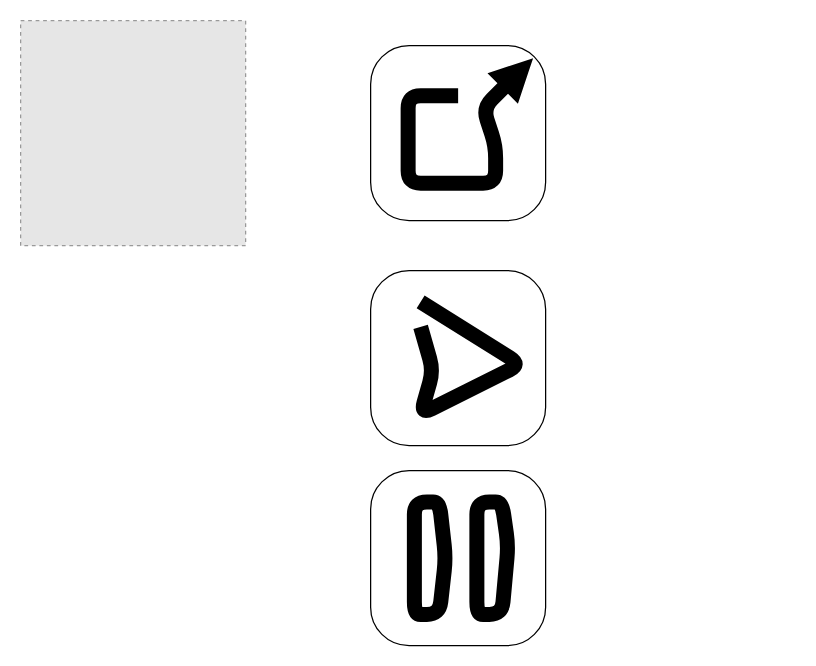
Before: assets/icons.drawio in foxsi/GSE-FOXSI-4, a draw.io diagram. Source tidied: cells renumbered, new cells numbered last; positions are measured from the earlier drawing's top-left corner, leaving out a move shared by most shapes. Both pictures are drawn from the tidied source at 125%, with x=0, y=0 at pixel (20, 20). Pictures stored in the file or linked from it are replaced by grey dashed boxes.
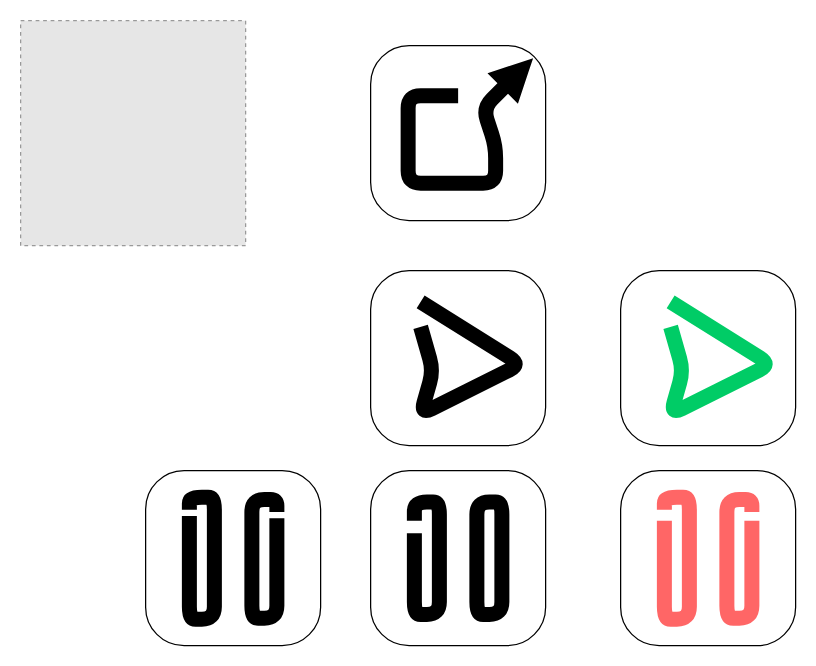
Above is the later version.

Change to the diagram source:
```diff
@@
-    <mxCell id="8" style="endArrow=none;html=1;strokeColor=#000000;strokeWidth=12;fontSize=12;startSize=3;endSize=6;rounded=1;" parent="1" edge="1">
+    <mxCell id="8" style="endArrow=none;html=1;strokeColor=#000000;strokeWidth=12;fontSize=12;startSize=3;endSize=6;rounded=1;sourcePerimeterSpacing=0;jumpSize=5;" parent="1" edge="1">
       <mxGeometry relative="1" as="geometry">
-        <mxPoint x="315" y="445" as="sourcePoint" />
-        <mxPoint x="315" y="445" as="targetPoint" />
+        <mxPoint x="315" y="400" as="sourcePoint" />
+        <mxPoint x="315" y="410" as="targetPoint" />
         <Array as="points">
-          <mxPoint x="315" y="435" />
           <mxPoint x="315" y="385" />
           <mxPoint x="335" y="385" />
-          <mxPoint x="340" y="430" />
           <mxPoint x="335" y="475" />
           <mxPoint x="315" y="475" />
         </Array>
       </mxGeometry>
     </mxCell>
     <mxCell id="9" style="endArrow=none;html=1;strokeColor=#000000;strokeWidth=12;fontSize=12;startSize=3;endSize=6;rounded=1;" parent="1" edge="1">
       <mxGeometry relative="1" as="geometry">
-        <mxPoint x="365" y="445" as="sourcePoint" />
-        <mxPoint x="365" y="445" as="targetPoint" />
+        <mxPoint x="365" y="450" as="sourcePoint" />
+        <mxPoint x="365" y="450" as="targetPoint" />
         <Array as="points">
-          <mxPoint x="365" y="435" />
           <mxPoint x="365" y="385" />
           <mxPoint x="385" y="385" />
-          <mxPoint x="390" y="420" />
           <mxPoint x="385" y="475" />
           <mxPoint x="365" y="475" />
         </Array>
       </mxGeometry>
     </mxCell>
+    <mxCell id="10" style="rounded=1;whiteSpace=wrap;html=1;fontSize=16;arcSize=22;strokeColor=default;" parent="1" vertex="1">
+      <mxGeometry x="100" y="360" width="140" height="140" as="geometry" />
+    </mxCell>
+    <mxCell id="11" style="endArrow=none;html=1;strokeColor=#000000;strokeWidth=12;fontSize=12;startSize=3;endSize=6;rounded=1;sourcePerimeterSpacing=0;jumpSize=5;" parent="1" edge="1">
+      <mxGeometry relative="1" as="geometry">
+        <mxPoint x="205" y="398" as="sourcePoint" />
+        <mxPoint x="205" y="393" as="targetPoint" />
+        <Array as="points">
+          <mxPoint x="205" y="433" />
+          <mxPoint x="205" y="478" />
+          <mxPoint x="185" y="478" />
+          <mxPoint x="185" y="383" />
+          <mxPoint x="205" y="383" />
+        </Array>
+      </mxGeometry>
+    </mxCell>
+    <mxCell id="12" style="endArrow=none;html=1;strokeColor=#000000;strokeWidth=12;fontSize=12;startSize=3;endSize=6;rounded=1;sourcePerimeterSpacing=0;jumpSize=5;" parent="1" edge="1">
+      <mxGeometry relative="1" as="geometry">
+        <mxPoint x="135" y="391.2" as="sourcePoint" />
+        <mxPoint x="135" y="396.2" as="targetPoint" />
+        <Array as="points">
+          <mxPoint x="135" y="381.2" />
+          <mxPoint x="155" y="381.2" />
+          <mxPoint x="155" y="433.8" />
+          <mxPoint x="155" y="478.8" />
+          <mxPoint x="135" y="478.8" />
+        </Array>
+      </mxGeometry>
+    </mxCell>
+    <mxCell id="13" style="rounded=1;whiteSpace=wrap;html=1;fontSize=16;arcSize=22;strokeColor=default;" parent="1" vertex="1">
+      <mxGeometry x="480" y="360" width="140" height="140" as="geometry" />
+    </mxCell>
+    <mxCell id="14" style="endArrow=none;html=1;strokeColor=#FF6666;strokeWidth=12;fontSize=12;startSize=3;endSize=6;rounded=1;sourcePerimeterSpacing=0;jumpSize=5;" parent="1" edge="1">
+      <mxGeometry relative="1" as="geometry">
+        <mxPoint x="585" y="400" as="sourcePoint" />
+        <mxPoint x="585" y="393" as="targetPoint" />
+        <Array as="points">
+          <mxPoint x="585" y="433" />
+          <mxPoint x="585" y="478" />
+          <mxPoint x="565" y="478" />
+          <mxPoint x="565" y="383" />
+          <mxPoint x="585" y="383" />
+        </Array>
+      </mxGeometry>
+    </mxCell>
+    <mxCell id="15" style="endArrow=none;html=1;strokeColor=#FF6666;strokeWidth=12;fontSize=12;startSize=3;endSize=6;rounded=1;sourcePerimeterSpacing=0;jumpSize=5;" parent="1" edge="1">
+      <mxGeometry relative="1" as="geometry">
+        <mxPoint x="515" y="391.2" as="sourcePoint" />
+        <mxPoint x="515" y="400" as="targetPoint" />
+        <Array as="points">
+          <mxPoint x="515" y="381.2" />
+          <mxPoint x="535" y="381.2" />
+          <mxPoint x="535" y="433.8" />
+          <mxPoint x="535" y="478.8" />
+          <mxPoint x="515" y="478.8" />
+        </Array>
+      </mxGeometry>
+    </mxCell>
+    <mxCell id="16" style="rounded=1;whiteSpace=wrap;html=1;fontSize=16;arcSize=22;strokeColor=default;" parent="1" vertex="1">
+      <mxGeometry x="480" y="200" width="140" height="140" as="geometry" />
+    </mxCell>
+    <mxCell id="17" style="endArrow=none;html=1;strokeColor=#00CC66;strokeWidth=12;fontSize=12;startSize=3;endSize=6;rounded=1;" parent="1" edge="1">
+      <mxGeometry relative="1" as="geometry">
+        <mxPoint x="520" y="225" as="sourcePoint" />
+        <mxPoint x="520" y="245" as="targetPoint" />
+        <Array as="points">
+          <mxPoint x="600" y="275" />
+          <mxPoint x="520" y="315" />
+          <mxPoint x="530" y="280" />
+        </Array>
+      </mxGeometry>
+    </mxCell>
```
